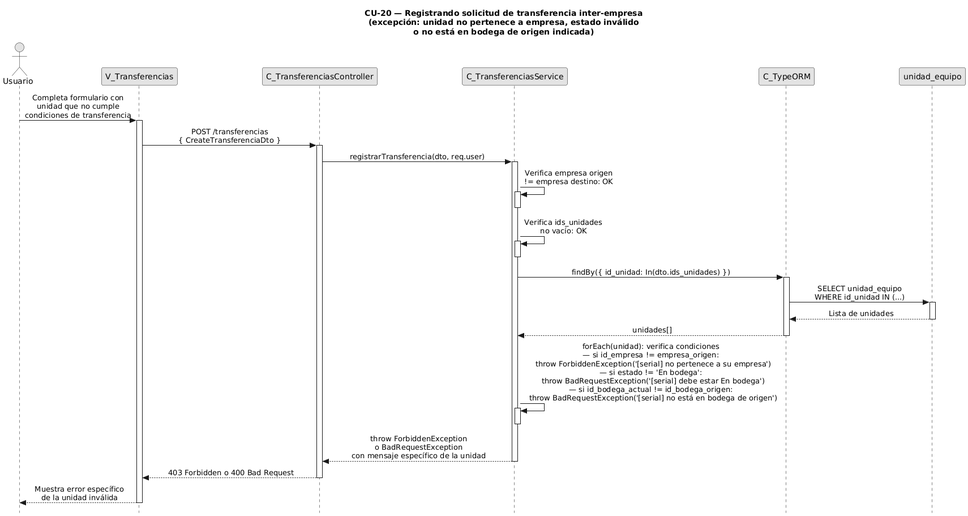
FSM-Finet-y-Cable-Magico/Team_1-Inventario-y-Bodega keeps this PlantUML diagram as diagramas-secuencia/CU20/CU20-exc-unidad-invalida.png. Above is the earlier version. The source it was exported from:
```plantuml
@startuml CU20-exc-unidad-invalida
title CU-20 — Registrando solicitud de transferencia inter-empresa\n(excepción: unidad no pertenece a empresa, estado inválido\no no está en bodega de origen indicada)

skinparam style strictuml
skinparam monochrome true
skinparam shadowing false
skinparam sequenceMessageAlign center
skinparam ParticipantPadding 70
skinparam ActorPadding 30
skinparam sequence {
  MessageAlign center
  LifeLineBorderColor black
}
hide footbox

actor "Usuario" as user
participant "V_Transferencias" as view
participant "C_TransferenciasController" as ctrl
participant "C_TransferenciasService" as svc
participant "C_TypeORM" as orm
participant "unidad_equipo" as uent

user -> view : Completa formulario con\nunidad que no cumple\ncondiciones de transferencia
activate view

view -> ctrl : POST /transferencias\n{ CreateTransferenciaDto }
activate ctrl

ctrl -> svc : registrarTransferencia(dto, req.user)
activate svc

svc -> svc : Verifica empresa origen\n!= empresa destino: OK
activate svc
deactivate svc

svc -> svc : Verifica ids_unidades\nno vacío: OK
activate svc
deactivate svc

svc -> orm : findBy({ id_unidad: In(dto.ids_unidades) })
activate orm

orm -> uent : SELECT unidad_equipo\nWHERE id_unidad IN (...)
activate uent
uent --> orm : Lista de unidades
deactivate uent

orm --> svc : unidades[]
deactivate orm

svc -> svc : forEach(unidad): verifica condiciones\n— si id_empresa != empresa_origen:\n  throw ForbiddenException('[serial] no pertenece a su empresa')\n— si estado != 'En bodega':\n  throw BadRequestException('[serial] debe estar En bodega')\n— si id_bodega_actual != id_bodega_origen:\n  throw BadRequestException('[serial] no está en bodega de origen')
activate svc
deactivate svc

svc --> ctrl : throw ForbiddenException\no BadRequestException\ncon mensaje específico de la unidad
deactivate svc

ctrl --> view : 403 Forbidden o 400 Bad Request
deactivate ctrl

view --> user : Muestra error específico\nde la unidad inválida
deactivate view

@enduml
```
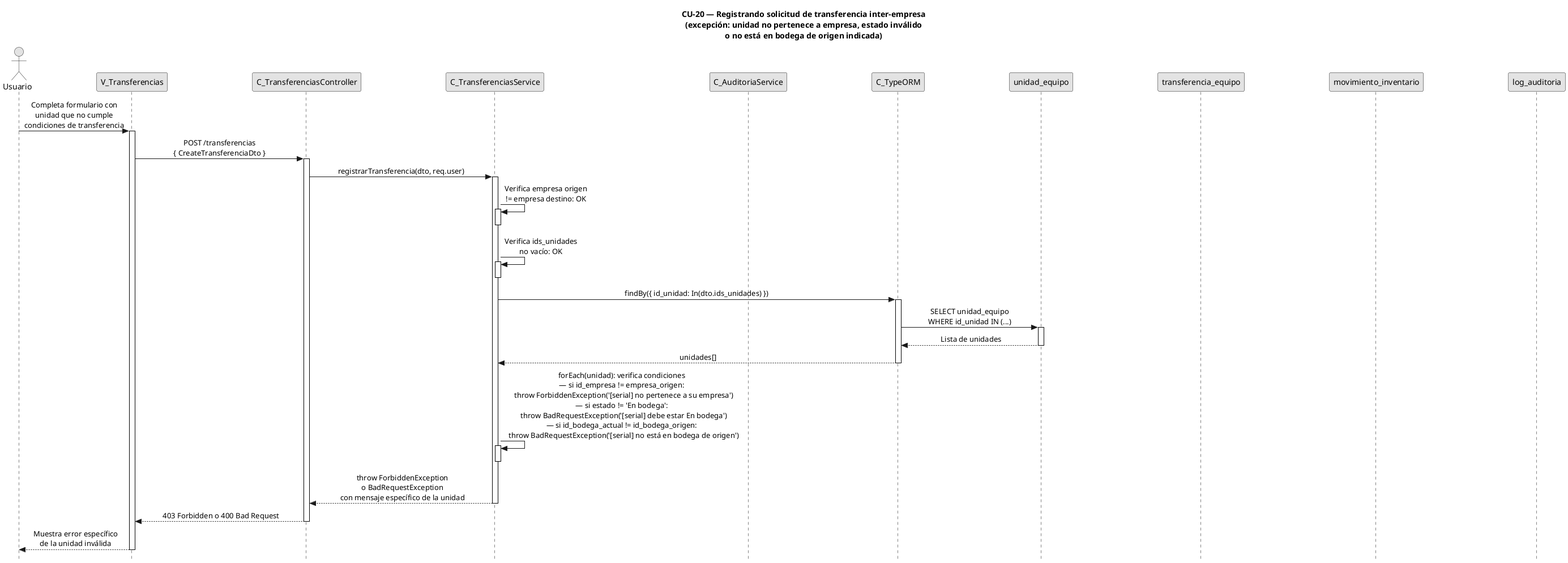
After the change.

The edit, as a diff of the source:
```diff
@@ -17,8 +17,12 @@
 participant "V_Transferencias" as view
 participant "C_TransferenciasController" as ctrl
 participant "C_TransferenciasService" as svc
+participant "C_AuditoriaService" as aud
 participant "C_TypeORM" as orm
 participant "unidad_equipo" as uent
+participant "transferencia_equipo" as tent
+participant "movimiento_inventario" as ment
+participant "log_auditoria" as aent
 
 user -> view : Completa formulario con\nunidad que no cumple\ncondiciones de transferencia
 activate view
```
